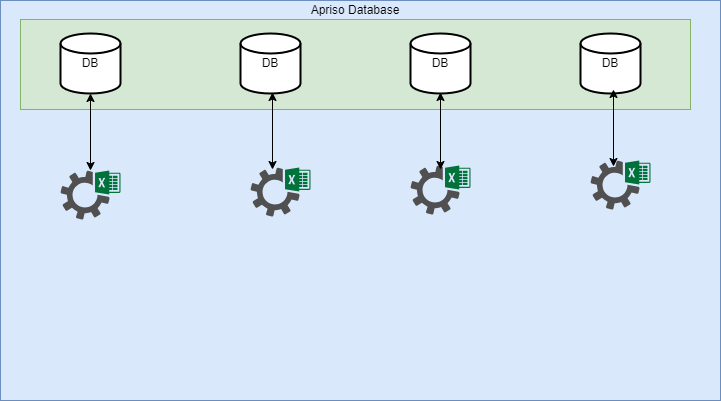
Before: CurrenFlowAutoConfig.drawio.png, a diagram exported from draw.io (chulbuljha/SampleCode). Source tidied: cells renumbered, new cells last; positions are measured from the earlier drawing's top-left corner, leaving out a move shared by most shapes. Its diagram source:
```xml
<mxGraphModel>
  <root>
    <mxCell id="0" />
    <mxCell id="1" parent="0" />
    <mxCell id="2" style="rounded=0;whiteSpace=wrap;html=1;fillColor=#dae8fc;strokeColor=#6c8ebf;" parent="1" vertex="1">
      <mxGeometry width="720" height="400" as="geometry" />
    </mxCell>
    <mxCell id="3" value="Apriso Database" style="rounded=0;whiteSpace=wrap;html=1;fillColor=#d5e8d4;strokeColor=#82b366;align=center;labelPosition=center;verticalLabelPosition=top;verticalAlign=bottom;" parent="1" vertex="1">
      <mxGeometry x="20" y="19" width="670" height="90" as="geometry" />
    </mxCell>
    <mxCell id="4" value="DB" style="strokeWidth=2;html=1;shape=mxgraph.flowchart.database;whiteSpace=wrap;" parent="1" vertex="1">
      <mxGeometry x="60" y="33" width="60" height="60" as="geometry" />
    </mxCell>
    <mxCell id="5" value="DB" style="strokeWidth=2;html=1;shape=mxgraph.flowchart.database;whiteSpace=wrap;" parent="1" vertex="1">
      <mxGeometry x="240" y="33" width="60" height="60" as="geometry" />
    </mxCell>
    <mxCell id="6" value="DB" style="strokeWidth=2;html=1;shape=mxgraph.flowchart.database;whiteSpace=wrap;" parent="1" vertex="1">
      <mxGeometry x="410" y="33" width="60" height="60" as="geometry" />
    </mxCell>
    <mxCell id="7" value="DB" style="strokeWidth=2;html=1;shape=mxgraph.flowchart.database;whiteSpace=wrap;" parent="1" vertex="1">
      <mxGeometry x="580" y="33" width="60" height="60" as="geometry" />
    </mxCell>
    <mxCell id="8" style="sketch=0;shadow=0;dashed=0;html=1;strokeColor=none;fillColor=#505050;labelPosition=center;verticalLabelPosition=bottom;verticalAlign=top;outlineConnect=0;align=center;shape=mxgraph.office.services.excel_services;" parent="1" vertex="1">
      <mxGeometry x="60" y="170" width="60" height="49" as="geometry" />
    </mxCell>
    <mxCell id="9" style="sketch=0;shadow=0;dashed=0;html=1;strokeColor=none;fillColor=#505050;labelPosition=center;verticalLabelPosition=bottom;verticalAlign=top;align=center;shape=mxgraph.office.services.excel_services;" parent="1" vertex="1">
      <mxGeometry x="250" y="167" width="60" height="49" as="geometry" />
    </mxCell>
    <mxCell id="10" style="sketch=0;shadow=0;dashed=0;html=1;strokeColor=none;fillColor=#505050;labelPosition=center;verticalLabelPosition=bottom;verticalAlign=top;align=center;shape=mxgraph.office.services.excel_services;" parent="1" vertex="1">
      <mxGeometry x="410" y="165" width="60" height="49" as="geometry" />
    </mxCell>
    <mxCell id="11" style="sketch=0;shadow=0;dashed=0;html=1;strokeColor=none;fillColor=#505050;labelPosition=center;verticalLabelPosition=bottom;verticalAlign=top;align=center;shape=mxgraph.office.services.excel_services;" parent="1" vertex="1">
      <mxGeometry x="590" y="160" width="60" height="49" as="geometry" />
    </mxCell>
    <mxCell id="12" style="endArrow=classic;startArrow=classic;html=1;rounded=0;entryX=0.5;entryY=1;entryDx=0;entryDy=0;entryPerimeter=0;" parent="1" edge="1" source="8" target="4">
      <mxGeometry relative="1" as="geometry" />
    </mxCell>
    <mxCell id="13" style="endArrow=classic;startArrow=classic;html=1;rounded=0;entryX=0.5;entryY=1;entryDx=0;entryDy=0;entryPerimeter=0;" parent="1" edge="1">
      <mxGeometry relative="1" as="geometry">
        <mxPoint x="272" y="169" as="sourcePoint" />
        <mxPoint x="272" y="92" as="targetPoint" />
      </mxGeometry>
    </mxCell>
    <mxCell id="14" style="endArrow=classic;startArrow=classic;html=1;rounded=0;entryX=0.5;entryY=1;entryDx=0;entryDy=0;entryPerimeter=0;" parent="1" edge="1">
      <mxGeometry relative="1" as="geometry">
        <mxPoint x="440" y="169" as="sourcePoint" />
        <mxPoint x="440" y="92" as="targetPoint" />
      </mxGeometry>
    </mxCell>
    <mxCell id="15" style="endArrow=classic;startArrow=classic;html=1;rounded=0;entryX=0.5;entryY=1;entryDx=0;entryDy=0;entryPerimeter=0;" parent="1" edge="1">
      <mxGeometry relative="1" as="geometry">
        <mxPoint x="613" y="166" as="sourcePoint" />
        <mxPoint x="613" y="89" as="targetPoint" />
      </mxGeometry>
    </mxCell>
  </root>
</mxGraphModel>
```
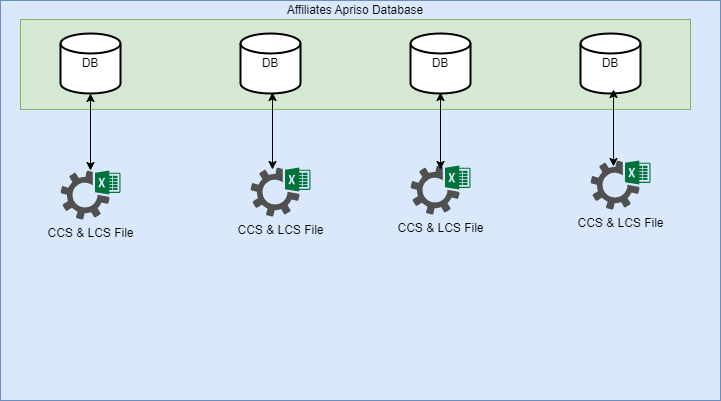
After the commit.

Diff of the diagram source:
```diff
@@ -5,7 +5,7 @@
     <mxCell id="2" style="rounded=0;whiteSpace=wrap;html=1;fillColor=#dae8fc;strokeColor=#6c8ebf;" parent="1" vertex="1">
       <mxGeometry width="720" height="400" as="geometry" />
     </mxCell>
-    <mxCell id="3" value="Apriso Database" style="rounded=0;whiteSpace=wrap;html=1;fillColor=#d5e8d4;strokeColor=#82b366;align=center;labelPosition=center;verticalLabelPosition=top;verticalAlign=bottom;" parent="1" vertex="1">
+    <mxCell id="3" value="Affiliates Apriso Database" style="rounded=0;whiteSpace=wrap;html=1;fillColor=#d5e8d4;strokeColor=#82b366;align=center;labelPosition=center;verticalLabelPosition=top;verticalAlign=bottom;" parent="1" vertex="1">
       <mxGeometry x="20" y="19" width="670" height="90" as="geometry" />
     </mxCell>
     <mxCell id="4" value="DB" style="strokeWidth=2;html=1;shape=mxgraph.flowchart.database;whiteSpace=wrap;" parent="1" vertex="1">
@@ -20,16 +20,16 @@
     <mxCell id="7" value="DB" style="strokeWidth=2;html=1;shape=mxgraph.flowchart.database;whiteSpace=wrap;" parent="1" vertex="1">
       <mxGeometry x="580" y="33" width="60" height="60" as="geometry" />
     </mxCell>
-    <mxCell id="8" style="sketch=0;shadow=0;dashed=0;html=1;strokeColor=none;fillColor=#505050;labelPosition=center;verticalLabelPosition=bottom;verticalAlign=top;outlineConnect=0;align=center;shape=mxgraph.office.services.excel_services;" parent="1" vertex="1">
+    <mxCell id="8" value="CCS &amp;amp; LCS File" style="sketch=0;shadow=0;dashed=0;html=1;strokeColor=none;fillColor=#505050;labelPosition=center;verticalLabelPosition=bottom;verticalAlign=top;outlineConnect=0;align=center;shape=mxgraph.office.services.excel_services;" parent="1" vertex="1">
       <mxGeometry x="60" y="170" width="60" height="49" as="geometry" />
     </mxCell>
-    <mxCell id="9" style="sketch=0;shadow=0;dashed=0;html=1;strokeColor=none;fillColor=#505050;labelPosition=center;verticalLabelPosition=bottom;verticalAlign=top;align=center;shape=mxgraph.office.services.excel_services;" parent="1" vertex="1">
+    <mxCell id="9" value="CCS &amp;amp; LCS File" style="sketch=0;shadow=0;dashed=0;html=1;strokeColor=none;fillColor=#505050;labelPosition=center;verticalLabelPosition=bottom;verticalAlign=top;align=center;shape=mxgraph.office.services.excel_services;" parent="1" vertex="1">
       <mxGeometry x="250" y="167" width="60" height="49" as="geometry" />
     </mxCell>
-    <mxCell id="10" style="sketch=0;shadow=0;dashed=0;html=1;strokeColor=none;fillColor=#505050;labelPosition=center;verticalLabelPosition=bottom;verticalAlign=top;align=center;shape=mxgraph.office.services.excel_services;" parent="1" vertex="1">
+    <mxCell id="10" value="CCS &amp;amp; LCS File" style="sketch=0;shadow=0;dashed=0;html=1;strokeColor=none;fillColor=#505050;labelPosition=center;verticalLabelPosition=bottom;verticalAlign=top;align=center;shape=mxgraph.office.services.excel_services;" parent="1" vertex="1">
       <mxGeometry x="410" y="165" width="60" height="49" as="geometry" />
     </mxCell>
-    <mxCell id="11" style="sketch=0;shadow=0;dashed=0;html=1;strokeColor=none;fillColor=#505050;labelPosition=center;verticalLabelPosition=bottom;verticalAlign=top;align=center;shape=mxgraph.office.services.excel_services;" parent="1" vertex="1">
+    <mxCell id="11" value="CCS &amp;amp; LCS File" style="sketch=0;shadow=0;dashed=0;html=1;strokeColor=none;fillColor=#505050;labelPosition=center;verticalLabelPosition=bottom;verticalAlign=top;align=center;shape=mxgraph.office.services.excel_services;" parent="1" vertex="1">
       <mxGeometry x="590" y="160" width="60" height="49" as="geometry" />
     </mxCell>
     <mxCell id="12" style="endArrow=classic;startArrow=classic;html=1;rounded=0;entryX=0.5;entryY=1;entryDx=0;entryDy=0;entryPerimeter=0;" parent="1" edge="1" source="8" target="4">
```
